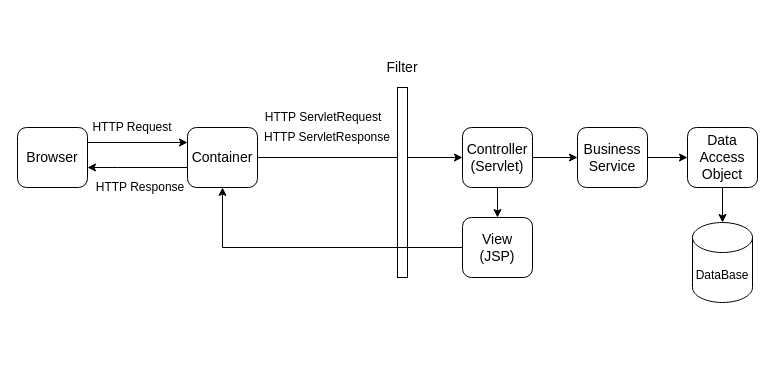
Above: page "network" (2 of 2) of Untitled Diagram.drawio in kmkurumi/Learning-Internet-knowledge-by-drawio (draw.io), before the change. Source tidied: cells renumbered, new cells numbered last; positions are measured from the earlier drawing's top-left corner, leaving out a move shared by most shapes. Both pictures are drawn from the tidied source at 100%, with x=0, y=0 at pixel (17, 57).
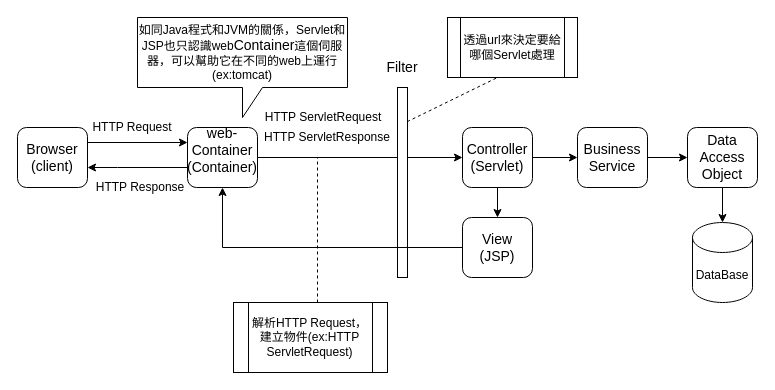
Above is the later version.

Unchanged cells that the change refers to:
```xml
<mxCell id="9" style="rounded=0;whiteSpace=wrap;html=1;rotation=-90;" parent="1" vertex="1">
  <mxGeometry x="290" y="120" width="190" height="10" as="geometry" />
</mxCell>
```

What changed in the source:
```diff
@@
-    <mxCell id="3" value="&lt;font style=&quot;font-size: 14px&quot;&gt;Browser&lt;/font&gt;" style="rounded=1;whiteSpace=wrap;html=1;" parent="1" vertex="1">
+    <mxCell id="3" value="&lt;font style=&quot;font-size: 14px&quot;&gt;Browser&lt;br&gt;(client)&lt;br&gt;&lt;/font&gt;" style="rounded=1;whiteSpace=wrap;html=1;" parent="1" vertex="1">
       <mxGeometry y="70" width="70" height="60" as="geometry" />
     </mxCell>
@@
-    <mxCell id="6" value="&lt;font style=&quot;font-size: 14px&quot;&gt;Container&lt;/font&gt;" style="rounded=1;whiteSpace=wrap;html=1;" parent="1" vertex="1">
+    <mxCell id="6" value="&lt;font&gt;&lt;font style=&quot;font-size: 14px&quot;&gt;web-&lt;/font&gt;&lt;br&gt;&lt;span style=&quot;font-size: 14px&quot;&gt;Container&lt;/span&gt;&lt;br&gt;&lt;span style=&quot;font-size: 14px&quot;&gt;(Container)&lt;/span&gt;&lt;br&gt;&lt;br&gt;&lt;/font&gt;" style="rounded=1;whiteSpace=wrap;html=1;" parent="1" vertex="1">
       <mxGeometry x="170" y="70" width="70" height="60" as="geometry" />
     </mxCell>
@@
+    <mxCell id="23" value="如同Java程式和JVM的關係，Servlet和JSP也只認識web&lt;span style=&quot;font-size: 14px&quot;&gt;Container&lt;/span&gt;這個伺服器，可以幫助它在不同的web上運行(ex:tomcat)" style="shape=callout;whiteSpace=wrap;html=1;perimeter=calloutPerimeter;" parent="1" vertex="1">
+      <mxGeometry x="120" y="-40" width="210" height="100" as="geometry" />
+    </mxCell>
+    <mxCell id="24" value="解析HTTP Request，&lt;br&gt;建立物件(ex:HTTP ServletRequest)" style="shape=process;whiteSpace=wrap;html=1;backgroundOutline=1;" parent="1" vertex="1">
+      <mxGeometry x="216" y="245" width="154" height="70" as="geometry" />
+    </mxCell>
+    <mxCell id="25" value="透過url來決定要給哪個&lt;font style=&quot;font-size: 12px&quot;&gt;Servlet&lt;/font&gt;&lt;font style=&quot;font-size: 12px&quot;&gt;處理&lt;/font&gt;" style="shape=process;whiteSpace=wrap;html=1;backgroundOutline=1;" parent="1" vertex="1">
+      <mxGeometry x="430" y="-40" width="130" height="60" as="geometry" />
+    </mxCell>
+    <mxCell id="26" style="endArrow=none;dashed=1;html=1;" parent="1" edge="1">
+      <mxGeometry relative="1" as="geometry">
+        <mxPoint x="300" y="245" as="sourcePoint" />
+        <mxPoint x="300" y="100" as="targetPoint" />
+      </mxGeometry>
+    </mxCell>
+    <mxCell id="27" style="endArrow=none;dashed=1;html=1;exitX=0.82;exitY=0.971;exitDx=0;exitDy=0;exitPerimeter=0;" parent="1" edge="1" source="9">
+      <mxGeometry relative="1" as="geometry">
+        <mxPoint x="480" y="20" as="targetPoint" />
+      </mxGeometry>
+    </mxCell>
```
